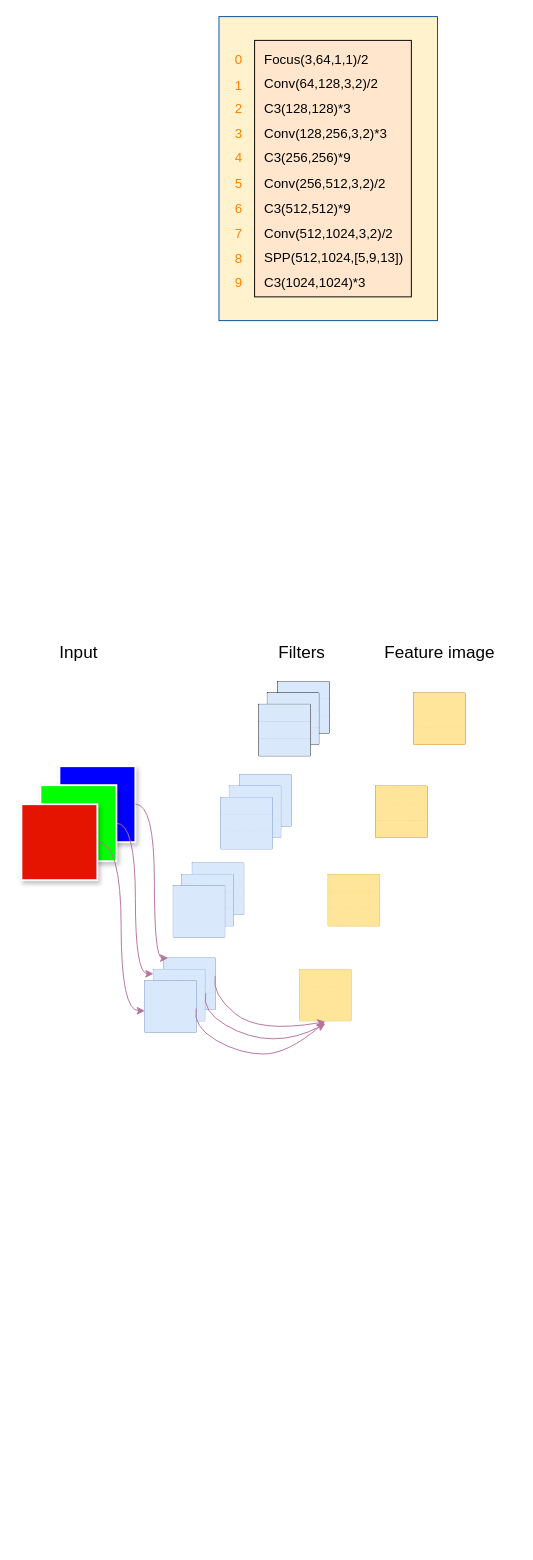
Before: 未命名绘图.drawio in duoduodanmohen/deep-learning-for-image-processing, a draw.io diagram. Source tidied: cells renumbered, new cells numbered last; positions are measured from the earlier drawing's top-left corner, leaving out a move shared by most shapes. Both pictures are drawn from the tidied source at 95%, with x=0, y=0 at pixel (21, 16).
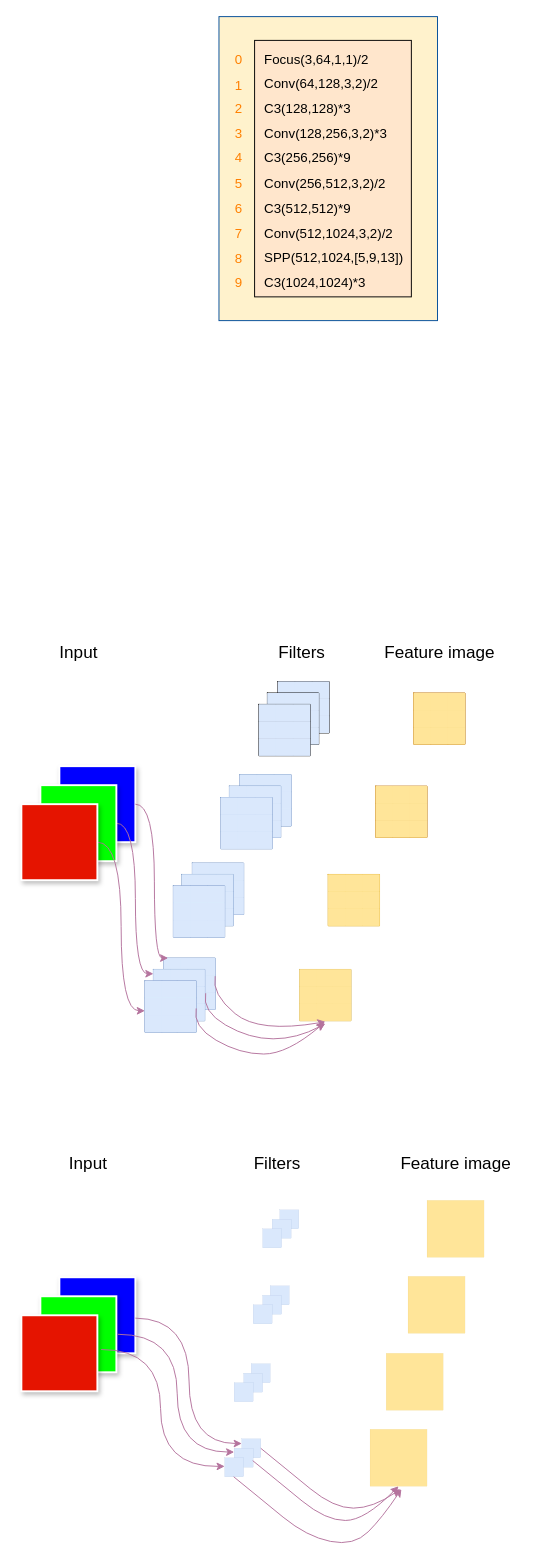
The same diagram, later.

Diff of the diagram source:
```diff
@@
+    <mxCell id="244" value="Input" style="text;html=1;align=center;verticalAlign=middle;strokeColor=none;fillColor=none;fontSize=18;" parent="1" vertex="1">
+      <mxGeometry x="40" y="1193" width="60" height="30" as="geometry" />
+    </mxCell>
+    <mxCell id="245" value="Filters" style="text;html=1;align=center;verticalAlign=middle;strokeColor=none;fillColor=none;fontSize=18;" parent="1" vertex="1">
+      <mxGeometry x="239" y="1193" width="60" height="30" as="geometry" />
+    </mxCell>
+    <mxCell id="246" value="Feature image" style="text;html=1;align=center;verticalAlign=middle;strokeColor=none;fillColor=none;fontSize=18;" parent="1" vertex="1">
+      <mxGeometry x="392" y="1193" width="130" height="30" as="geometry" />
+    </mxCell>
+    <mxCell id="247" style="whiteSpace=wrap;html=1;strokeWidth=0;fillColor=#FFE599;strokeColor=#d6b656;" parent="1" vertex="1">
+      <mxGeometry x="427" y="1246" width="60" height="60" as="geometry" />
+    </mxCell>
+    <mxCell id="248" style="group;" parent="1" vertex="1">
+      <mxGeometry x="254" y="1256" width="38" height="40" as="geometry" />
+    </mxCell>
+    <mxCell id="249" style="whiteSpace=wrap;html=1;fillColor=#dae8fc;strokeColor=#6c8ebf;strokeWidth=0;" parent="248" vertex="1">
+      <mxGeometry x="18" width="20" height="20" as="geometry" />
+    </mxCell>
+    <mxCell id="250" style="whiteSpace=wrap;html=1;fillColor=#dae8fc;strokeColor=#6c8ebf;strokeWidth=0;" parent="248" vertex="1">
+      <mxGeometry x="10" y="10" width="20" height="20" as="geometry" />
+    </mxCell>
+    <mxCell id="251" style="whiteSpace=wrap;html=1;fillColor=#DAE8FC;strokeColor=#6c8ebf;strokeWidth=0;" parent="248" vertex="1">
+      <mxGeometry y="20" width="20" height="20" as="geometry" />
+    </mxCell>
+    <mxCell id="252" style="group;" parent="1" vertex="1">
+      <mxGeometry x="244" y="1336" width="38" height="40" as="geometry" />
+    </mxCell>
+    <mxCell id="253" style="whiteSpace=wrap;html=1;fillColor=#dae8fc;strokeColor=#6c8ebf;strokeWidth=0;" parent="252" vertex="1">
+      <mxGeometry x="18" width="20" height="20" as="geometry" />
+    </mxCell>
+    <mxCell id="254" style="whiteSpace=wrap;html=1;fillColor=#dae8fc;strokeColor=#6c8ebf;strokeWidth=0;" parent="252" vertex="1">
+      <mxGeometry x="10" y="10" width="20" height="20" as="geometry" />
+    </mxCell>
+    <mxCell id="255" style="whiteSpace=wrap;html=1;fillColor=#dae8fc;strokeColor=#6c8ebf;strokeWidth=0;" parent="252" vertex="1">
+      <mxGeometry y="20" width="20" height="20" as="geometry" />
+    </mxCell>
+    <mxCell id="256" style="group;" parent="1" vertex="1">
+      <mxGeometry x="224" y="1418" width="38" height="40" as="geometry" />
+    </mxCell>
+    <mxCell id="257" style="whiteSpace=wrap;html=1;fillColor=#dae8fc;strokeColor=#6c8ebf;strokeWidth=0;" parent="256" vertex="1">
+      <mxGeometry x="18" width="20" height="20" as="geometry" />
+    </mxCell>
+    <mxCell id="258" style="whiteSpace=wrap;html=1;fillColor=#dae8fc;strokeColor=#6c8ebf;strokeWidth=0;" parent="256" vertex="1">
+      <mxGeometry x="10" y="10" width="20" height="20" as="geometry" />
+    </mxCell>
+    <mxCell id="259" style="whiteSpace=wrap;html=1;fillColor=#dae8fc;strokeColor=#6c8ebf;strokeWidth=0;" parent="256" vertex="1">
+      <mxGeometry y="20" width="20" height="20" as="geometry" />
+    </mxCell>
+    <mxCell id="260" style="group;" parent="1" vertex="1">
+      <mxGeometry x="214" y="1497" width="38" height="40" as="geometry" />
+    </mxCell>
+    <mxCell id="261" style="whiteSpace=wrap;html=1;fillColor=#dae8fc;strokeColor=#6c8ebf;strokeWidth=0;" parent="260" vertex="1">
+      <mxGeometry x="18" width="20" height="20" as="geometry" />
+    </mxCell>
+    <mxCell id="262" style="whiteSpace=wrap;html=1;fillColor=#dae8fc;strokeColor=#6c8ebf;strokeWidth=0;" parent="260" vertex="1">
+      <mxGeometry x="10" y="10" width="20" height="20" as="geometry" />
+    </mxCell>
+    <mxCell id="263" style="whiteSpace=wrap;html=1;fillColor=#dae8fc;strokeColor=#6c8ebf;strokeWidth=0;" parent="260" vertex="1">
+      <mxGeometry y="20" width="20" height="20" as="geometry" />
+    </mxCell>
+    <mxCell id="264" style="group;" parent="1" vertex="1">
+      <mxGeometry y="1327" width="120" height="120" as="geometry" />
+    </mxCell>
+    <mxCell id="265" style="whiteSpace=wrap;html=1;shadow=1;strokeColor=#FFFFFF;fillColor=#0000FF;strokeWidth=2;" parent="264" vertex="1">
+      <mxGeometry x="40" width="80" height="80" as="geometry" />
+    </mxCell>
+    <mxCell id="266" style="whiteSpace=wrap;html=1;shadow=1;fillColor=#00FF00;strokeColor=#FFFFFF;strokeWidth=2;" parent="264" vertex="1">
+      <mxGeometry x="20" y="20" width="80" height="80" as="geometry" />
+    </mxCell>
+    <mxCell id="267" style="whiteSpace=wrap;html=1;fillColor=#e51400;fontColor=#ffffff;strokeColor=#FFFFFF;shadow=1;sketch=0;glass=0;rounded=0;strokeWidth=2;" parent="264" vertex="1">
+      <mxGeometry y="40" width="80" height="80" as="geometry" />
+    </mxCell>
+    <mxCell id="268" style="whiteSpace=wrap;html=1;strokeWidth=0;fillColor=#FFE599;strokeColor=#d6b656;" parent="1" vertex="1">
+      <mxGeometry x="407" y="1326" width="60" height="60" as="geometry" />
+    </mxCell>
+    <mxCell id="269" style="whiteSpace=wrap;html=1;strokeWidth=0;fillColor=#FFE599;strokeColor=#d6b656;" parent="1" vertex="1">
+      <mxGeometry x="384" y="1407" width="60" height="60" as="geometry" />
+    </mxCell>
+    <mxCell id="270" style="whiteSpace=wrap;html=1;strokeWidth=0;fillColor=#FFE599;strokeColor=#d6b656;" parent="1" vertex="1">
+      <mxGeometry x="367" y="1487" width="60" height="60" as="geometry" />
+    </mxCell>
+    <mxCell id="271" style="edgeStyle=orthogonalEdgeStyle;curved=1;rounded=0;jettySize=auto;html=1;exitX=1;exitY=0.5;exitDx=0;exitDy=0;entryX=0;entryY=0.25;entryDx=0;entryDy=0;strokeColor=#B5739D;" parent="1" edge="1" target="261">
+      <mxGeometry relative="1" as="geometry">
+        <mxPoint x="120" y="1370" as="sourcePoint" />
+      </mxGeometry>
+    </mxCell>
+    <mxCell id="272" style="edgeStyle=orthogonalEdgeStyle;curved=1;rounded=0;orthogonalLoop=1;jettySize=auto;html=1;exitX=1;exitY=0.5;exitDx=0;exitDy=0;strokeColor=#B5739D;" parent="1" edge="1">
+      <mxGeometry relative="1" as="geometry">
+        <mxPoint x="101.5" y="1387" as="sourcePoint" />
+        <mxPoint x="224" y="1511" as="targetPoint" />
+        <Array as="points">
+          <mxPoint x="164" y="1387" />
+          <mxPoint x="164" y="1511" />
+        </Array>
+      </mxGeometry>
+    </mxCell>
+    <mxCell id="273" style="edgeStyle=orthogonalEdgeStyle;curved=1;rounded=0;orthogonalLoop=1;jettySize=auto;html=1;exitX=1;exitY=0.5;exitDx=0;exitDy=0;strokeColor=#B5739D;" parent="1" edge="1">
+      <mxGeometry relative="1" as="geometry">
+        <mxPoint x="84" y="1403" as="sourcePoint" />
+        <mxPoint x="214" y="1526" as="targetPoint" />
+        <Array as="points">
+          <mxPoint x="146.5" y="1403" />
+          <mxPoint x="146.5" y="1527" />
+        </Array>
+      </mxGeometry>
+    </mxCell>
+    <mxCell id="274" style="curved=1;endArrow=classic;html=1;rounded=0;strokeColor=#B5739D;exitX=1;exitY=0.5;exitDx=0;exitDy=0;" parent="1" edge="1" source="261">
+      <mxGeometry relative="1" as="geometry">
+        <mxPoint x="399" y="1550" as="targetPoint" />
+        <Array as="points">
+          <mxPoint x="279" y="1529" />
+          <mxPoint x="329" y="1570" />
+          <mxPoint x="370" y="1570" />
+        </Array>
+      </mxGeometry>
+    </mxCell>
+    <mxCell id="275" style="curved=1;endArrow=classic;html=1;rounded=0;strokeColor=#B5739D;exitX=1;exitY=0.5;exitDx=0;exitDy=0;entryX=0.5;entryY=1;entryDx=0;entryDy=0;" parent="1" edge="1" target="270">
+      <mxGeometry relative="1" as="geometry">
+        <mxPoint x="243.5" y="1520" as="sourcePoint" />
+        <Array as="points">
+          <mxPoint x="270.5" y="1542" />
+          <mxPoint x="320.5" y="1583" />
+          <mxPoint x="361.5" y="1583" />
+        </Array>
+      </mxGeometry>
+    </mxCell>
+    <mxCell id="276" style="curved=1;endArrow=classic;html=1;rounded=0;strokeColor=#B5739D;exitX=1;exitY=0.5;exitDx=0;exitDy=0;" parent="1" edge="1">
+      <mxGeometry relative="1" as="geometry">
+        <mxPoint x="223.5" y="1537" as="sourcePoint" />
+        <mxPoint x="400" y="1550" as="targetPoint" />
+        <Array as="points">
+          <mxPoint x="250.5" y="1559" />
+          <mxPoint x="300.5" y="1600" />
+          <mxPoint x="350" y="1610" />
+          <mxPoint x="380" y="1580" />
+        </Array>
+      </mxGeometry>
+    </mxCell>
```
